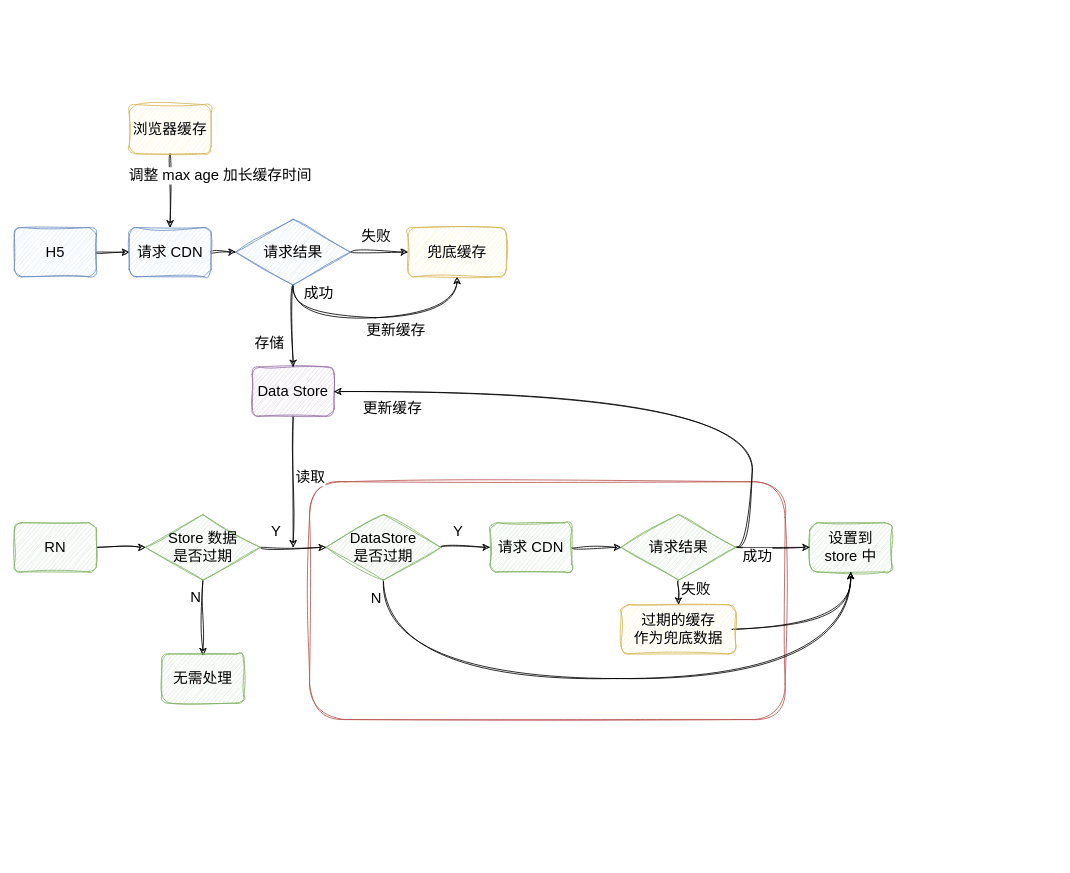
Darkindom/draw-the-diagrams keeps this draw.io diagram as page "缓存优化" (10 of 12) of CDN优化.drawio. Above is the earlier version. Source tidied: cells renumbered, new cells numbered last; positions are measured from the earlier drawing's top-left corner, leaving out a move shared by most shapes. Both pictures are drawn from the tidied source at 82%, with x=0, y=0 at pixel (14, 104).
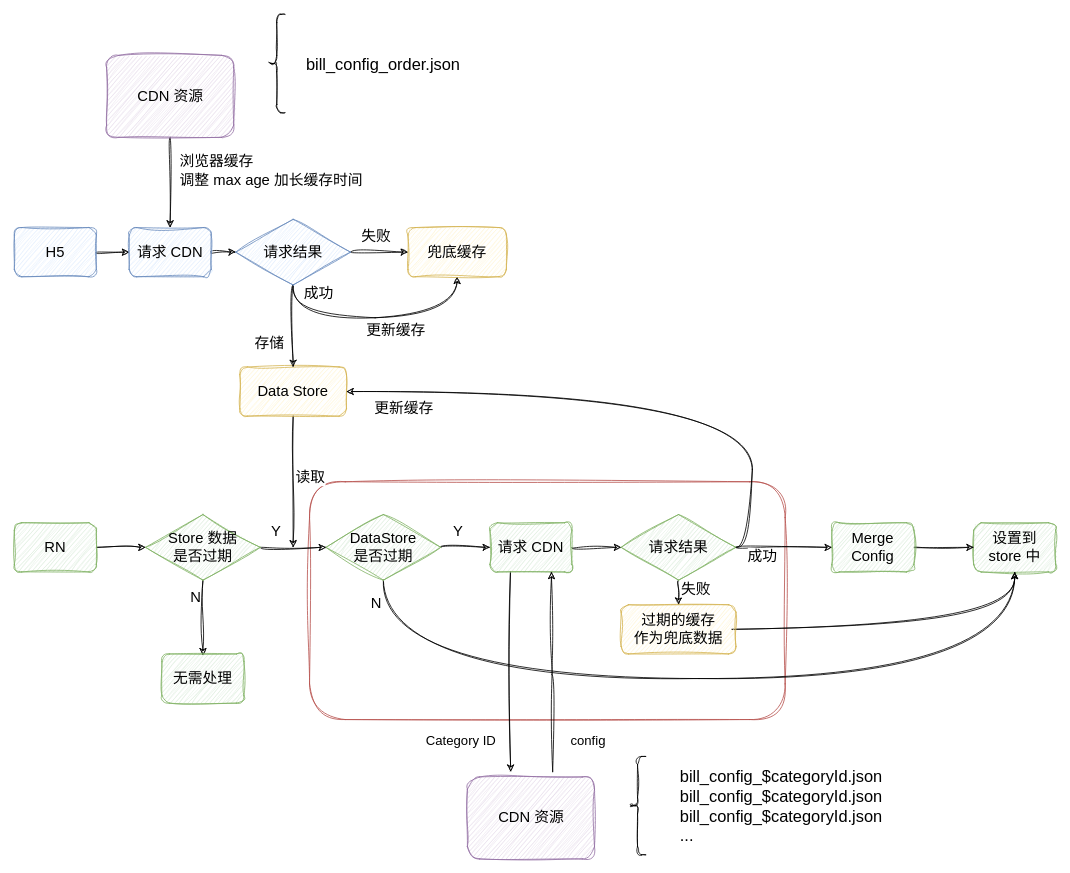
The same diagram, later.

The change refers to these unchanged cells:
```xml
<mxCell id="9" value="DataStore&lt;br style=&quot;font-size: 18px;&quot;&gt;是否过期" style="rhombus;whiteSpace=wrap;html=1;sketch=1;hachureGap=4;jiggle=2;curveFitting=1;fontFamily=手札体-简;fontSize=18;fillColor=#d5e8d4;strokeColor=#82b366;" parent="1" vertex="1">
  <mxGeometry x="380" y="500" width="140" height="80" as="geometry" />
</mxCell>
<mxCell id="11" value="请求 CDN" style="rounded=1;whiteSpace=wrap;html=1;sketch=1;hachureGap=4;jiggle=2;curveFitting=1;fontFamily=手札体-简;fontSize=18;fillColor=#d5e8d4;strokeColor=#82b366;" parent="1" vertex="1">
  <mxGeometry x="580" y="510" width="100" height="60" as="geometry" />
</mxCell>
<mxCell id="24" value="请求结果" style="rhombus;whiteSpace=wrap;html=1;sketch=1;hachureGap=4;jiggle=2;curveFitting=1;fontFamily=手札体-简;fontSize=18;fillColor=#d5e8d4;strokeColor=#82b366;" parent="1" vertex="1">
  <mxGeometry x="740" y="500" width="140" height="80" as="geometry" />
</mxCell>
<mxCell id="31" value="请求 CDN" style="rounded=1;whiteSpace=wrap;html=1;sketch=1;hachureGap=4;jiggle=2;curveFitting=1;fontFamily=手札体-简;fontSize=18;fillColor=#dae8fc;strokeColor=#6c8ebf;" parent="1" vertex="1">
  <mxGeometry x="140" y="150" width="100" height="60" as="geometry" />
</mxCell>
```

What changed in the source:
```diff
@@
     <mxCell id="7" style="edgeStyle=orthogonalEdgeStyle;shape=connector;curved=1;rounded=0;sketch=1;hachureGap=4;jiggle=2;curveFitting=1;jettySize=auto;html=1;exitX=0.5;exitY=1;exitDx=0;exitDy=0;entryX=0.5;entryY=1;entryDx=0;entryDy=0;labelBackgroundColor=default;strokeColor=default;fontFamily=手札体-简;fontSize=18;fontColor=default;endArrow=classic;" parent="1" edge="1" source="9" target="12">
       <mxGeometry relative="1" as="geometry">
         <Array as="points">
           <mxPoint x="450" y="700" />
-          <mxPoint x="1020" y="700" />
+          <mxPoint x="1220" y="700" />
         </Array>
       </mxGeometry>
     </mxCell>
@@
+    <mxCell id="47" style="edgeStyle=orthogonalEdgeStyle;shape=connector;curved=1;rounded=0;sketch=1;hachureGap=4;jiggle=2;curveFitting=1;jettySize=auto;html=1;exitX=0.25;exitY=1;exitDx=0;exitDy=0;entryX=0.34;entryY=-0.063;entryDx=0;entryDy=0;entryPerimeter=0;labelBackgroundColor=default;strokeColor=default;fontFamily=手札体-简;fontSize=16;fontColor=default;endArrow=classic;" parent="1" edge="1" source="11" target="48">
+      <mxGeometry relative="1" as="geometry" />
+    </mxCell>
@@
     <mxCell id="12" value="设置到 store 中" style="rounded=1;whiteSpace=wrap;html=1;sketch=1;hachureGap=4;jiggle=2;curveFitting=1;fontFamily=手札体-简;fontSize=18;fillColor=#d5e8d4;strokeColor=#82b366;" parent="1" vertex="1">
-      <mxGeometry x="970" y="510" width="100" height="60" as="geometry" />
+      <mxGeometry x="1170" y="510" width="100" height="60" as="geometry" />
     </mxCell>
@@
-    <mxCell id="15" value="Data Store" style="rounded=1;whiteSpace=wrap;html=1;sketch=1;hachureGap=4;jiggle=2;curveFitting=1;fontFamily=手札体-简;fontSize=18;fillColor=#e1d5e7;strokeColor=#9673a6;" parent="1" vertex="1">
-      <mxGeometry x="290" y="320" width="100" height="60" as="geometry" />
+    <mxCell id="15" value="Data Store" style="rounded=1;whiteSpace=wrap;html=1;sketch=1;hachureGap=4;jiggle=2;curveFitting=1;fontFamily=手札体-简;fontSize=18;fillColor=#fff2cc;strokeColor=#d6b656;" parent="1" vertex="1">
+      <mxGeometry x="275" y="320" width="130" height="60" as="geometry" />
     </mxCell>
@@
-    <mxCell id="18" style="edgeStyle=orthogonalEdgeStyle;shape=connector;curved=1;rounded=0;sketch=1;hachureGap=4;jiggle=2;curveFitting=1;jettySize=auto;html=1;exitX=1;exitY=0.5;exitDx=0;exitDy=0;entryX=0;entryY=0.5;entryDx=0;entryDy=0;labelBackgroundColor=default;strokeColor=default;fontFamily=手札体-简;fontSize=18;fontColor=default;endArrow=classic;" parent="1" edge="1" source="24" target="12">
+    <mxCell id="18" style="edgeStyle=orthogonalEdgeStyle;shape=connector;curved=1;rounded=0;sketch=1;hachureGap=4;jiggle=2;curveFitting=1;jettySize=auto;html=1;exitX=1;exitY=0.5;exitDx=0;exitDy=0;entryX=0;entryY=0.5;entryDx=0;entryDy=0;labelBackgroundColor=default;strokeColor=default;fontFamily=手札体-简;fontSize=18;fontColor=default;endArrow=classic;" parent="1" edge="1" source="58" target="12">
       <mxGeometry relative="1" as="geometry" />
     </mxCell>
-    <mxCell id="19" value="成功" style="edgeLabel;html=1;align=center;verticalAlign=middle;fontSize=18;fontFamily=手札体-简;fontColor=default;" parent="18" vertex="1">
-      <mxGeometry x="-0.5" y="2" relative="1" as="geometry">
-        <mxPoint x="2" y="12" as="offset" />
-      </mxGeometry>
-    </mxCell>
@@
-    <mxCell id="32" style="edgeStyle=orthogonalEdgeStyle;shape=connector;curved=1;rounded=0;sketch=1;hachureGap=4;jiggle=2;curveFitting=1;jettySize=auto;html=1;exitX=0.5;exitY=1;exitDx=0;exitDy=0;labelBackgroundColor=default;strokeColor=default;fontFamily=手札体-简;fontSize=18;fontColor=default;endArrow=classic;" parent="1" edge="1" source="34" target="31">
+    <mxCell id="32" style="edgeStyle=orthogonalEdgeStyle;shape=connector;curved=1;rounded=0;sketch=1;hachureGap=4;jiggle=2;curveFitting=1;jettySize=auto;html=1;exitX=0.5;exitY=1;exitDx=0;exitDy=0;labelBackgroundColor=default;strokeColor=default;fontFamily=手札体-简;fontSize=18;fontColor=default;endArrow=classic;" parent="1" edge="1" source="50" target="31">
       <mxGeometry relative="1" as="geometry" />
     </mxCell>
-    <mxCell id="33" value="调整 max age 加长缓存时间" style="edgeLabel;html=1;align=center;verticalAlign=middle;fontSize=18;fontFamily=手札体-简;fontColor=default;" parent="32" vertex="1">
+    <mxCell id="33" value="浏览器缓存&lt;br&gt;调整 max age 加长缓存时间" style="edgeLabel;html=1;align=left;verticalAlign=middle;fontSize=18;fontFamily=手札体-简;fontColor=default;labelBackgroundColor=none;" parent="32" vertex="1">
       <mxGeometry x="-0.01" y="-1" relative="1" as="geometry">
-        <mxPoint x="61" y="-19" as="offset" />
+        <mxPoint x="11" y="-14" as="offset" />
       </mxGeometry>
     </mxCell>
-    <mxCell id="34" value="浏览器缓存" style="rounded=1;whiteSpace=wrap;html=1;sketch=1;hachureGap=4;jiggle=2;curveFitting=1;fontFamily=手札体-简;fontSize=18;fillColor=#fff2cc;strokeColor=#d6b656;" parent="1" vertex="1">
-      <mxGeometry x="140" width="100" height="60" as="geometry" />
-    </mxCell>
@@
+    <mxCell id="48" value="CDN 资源" style="rounded=1;whiteSpace=wrap;html=1;sketch=1;hachureGap=4;jiggle=2;curveFitting=1;fontFamily=手札体-简;fontSize=18;fillColor=#e1d5e7;strokeColor=#9673a6;" parent="1" vertex="1">
+      <mxGeometry x="552.5" y="820" width="155" height="100" as="geometry" />
+    </mxCell>
+    <mxCell id="49" style="edgeStyle=orthogonalEdgeStyle;shape=connector;curved=1;rounded=0;sketch=1;hachureGap=4;jiggle=2;curveFitting=1;jettySize=auto;html=1;entryX=0.75;entryY=1;entryDx=0;entryDy=0;labelBackgroundColor=default;strokeColor=default;fontFamily=手札体-简;fontSize=16;fontColor=default;endArrow=classic;exitX=0.671;exitY=-0.063;exitDx=0;exitDy=0;exitPerimeter=0;" parent="1" edge="1" source="48" target="11">
+      <mxGeometry relative="1" as="geometry" />
+    </mxCell>
+    <mxCell id="50" value="CDN 资源" style="rounded=1;whiteSpace=wrap;html=1;sketch=1;hachureGap=4;jiggle=2;curveFitting=1;fontFamily=手札体-简;fontSize=18;fillColor=#e1d5e7;strokeColor=#9673a6;" parent="1" vertex="1">
+      <mxGeometry x="112.5" y="-60" width="155" height="100" as="geometry" />
+    </mxCell>
+    <mxCell id="51" value="bill_config_order.json" style="text;html=1;strokeColor=none;fillColor=none;align=center;verticalAlign=middle;whiteSpace=wrap;rounded=0;fontSize=20;fontFamily=手札体-简;fontColor=default;" parent="1" vertex="1">
+      <mxGeometry x="370" y="-65" width="160" height="30" as="geometry" />
+    </mxCell>
+    <mxCell id="52" value="bill_config_$categoryId.json&lt;br style=&quot;font-size: 20px;&quot;&gt;bill_config_$categoryId.json&lt;br style=&quot;font-size: 20px;&quot;&gt;bill_config_$categoryId.json&lt;br style=&quot;font-size: 20px;&quot;&gt;..." style="text;html=1;strokeColor=none;fillColor=none;align=left;verticalAlign=middle;whiteSpace=wrap;rounded=0;fontSize=20;fontFamily=手札体-简;fontColor=default;" parent="1" vertex="1">
+      <mxGeometry x="810" y="790" width="320" height="130" as="geometry" />
+    </mxCell>
+    <mxCell id="53" style="shape=curlyBracket;whiteSpace=wrap;html=1;rounded=1;labelPosition=left;verticalLabelPosition=middle;align=right;verticalAlign=middle;sketch=1;hachureGap=4;jiggle=2;curveFitting=1;fontFamily=手札体-简;fontSize=16;fontColor=default;" parent="1" vertex="1">
+      <mxGeometry x="750" y="795" width="20" height="120" as="geometry" />
+    </mxCell>
+    <mxCell id="54" style="shape=curlyBracket;whiteSpace=wrap;html=1;rounded=1;labelPosition=left;verticalLabelPosition=middle;align=right;verticalAlign=middle;sketch=1;hachureGap=4;jiggle=2;curveFitting=1;fontFamily=手札体-简;fontSize=16;fontColor=default;size=0.5;" parent="1" vertex="1">
+      <mxGeometry x="310" y="-110" width="20" height="120" as="geometry" />
+    </mxCell>
+    <mxCell id="55" value="Category ID" style="text;html=1;strokeColor=none;fillColor=none;align=center;verticalAlign=middle;whiteSpace=wrap;rounded=0;fontSize=16;fontFamily=手札体-简;fontColor=default;" parent="1" vertex="1">
+      <mxGeometry x="490" y="760" width="110" height="30" as="geometry" />
+    </mxCell>
+    <mxCell id="56" value="config" style="text;html=1;strokeColor=none;fillColor=none;align=center;verticalAlign=middle;whiteSpace=wrap;rounded=0;fontSize=16;fontFamily=手札体-简;fontColor=default;" parent="1" vertex="1">
+      <mxGeometry x="660" y="760" width="80" height="30" as="geometry" />
+    </mxCell>
+    <mxCell id="57" style="edgeStyle=orthogonalEdgeStyle;shape=connector;curved=1;rounded=0;sketch=1;hachureGap=4;jiggle=2;curveFitting=1;jettySize=auto;html=1;exitX=1;exitY=0.5;exitDx=0;exitDy=0;entryX=0;entryY=0.5;entryDx=0;entryDy=0;labelBackgroundColor=default;strokeColor=default;fontFamily=手札体-简;fontSize=18;fontColor=default;endArrow=classic;" parent="1" edge="1" source="24" target="58">
+      <mxGeometry relative="1" as="geometry" />
+    </mxCell>
+    <mxCell id="19" value="成功" style="edgeLabel;html=1;align=center;verticalAlign=middle;fontSize=18;fontFamily=手札体-简;fontColor=default;" parent="57" vertex="1">
+      <mxGeometry x="-0.5" y="2" relative="1" as="geometry">
+        <mxPoint x="2" y="12" as="offset" />
+      </mxGeometry>
+    </mxCell>
+    <mxCell id="58" value="Merge Config" style="rounded=1;whiteSpace=wrap;html=1;sketch=1;hachureGap=4;jiggle=2;curveFitting=1;fontFamily=手札体-简;fontSize=18;fillColor=#d5e8d4;strokeColor=#82b366;gradientColor=none;gradientDirection=north;shadow=0;glass=0;strokeWidth=1;" parent="1" vertex="1">
+      <mxGeometry x="997" y="510" width="100" height="60" as="geometry" />
+    </mxCell>
```
